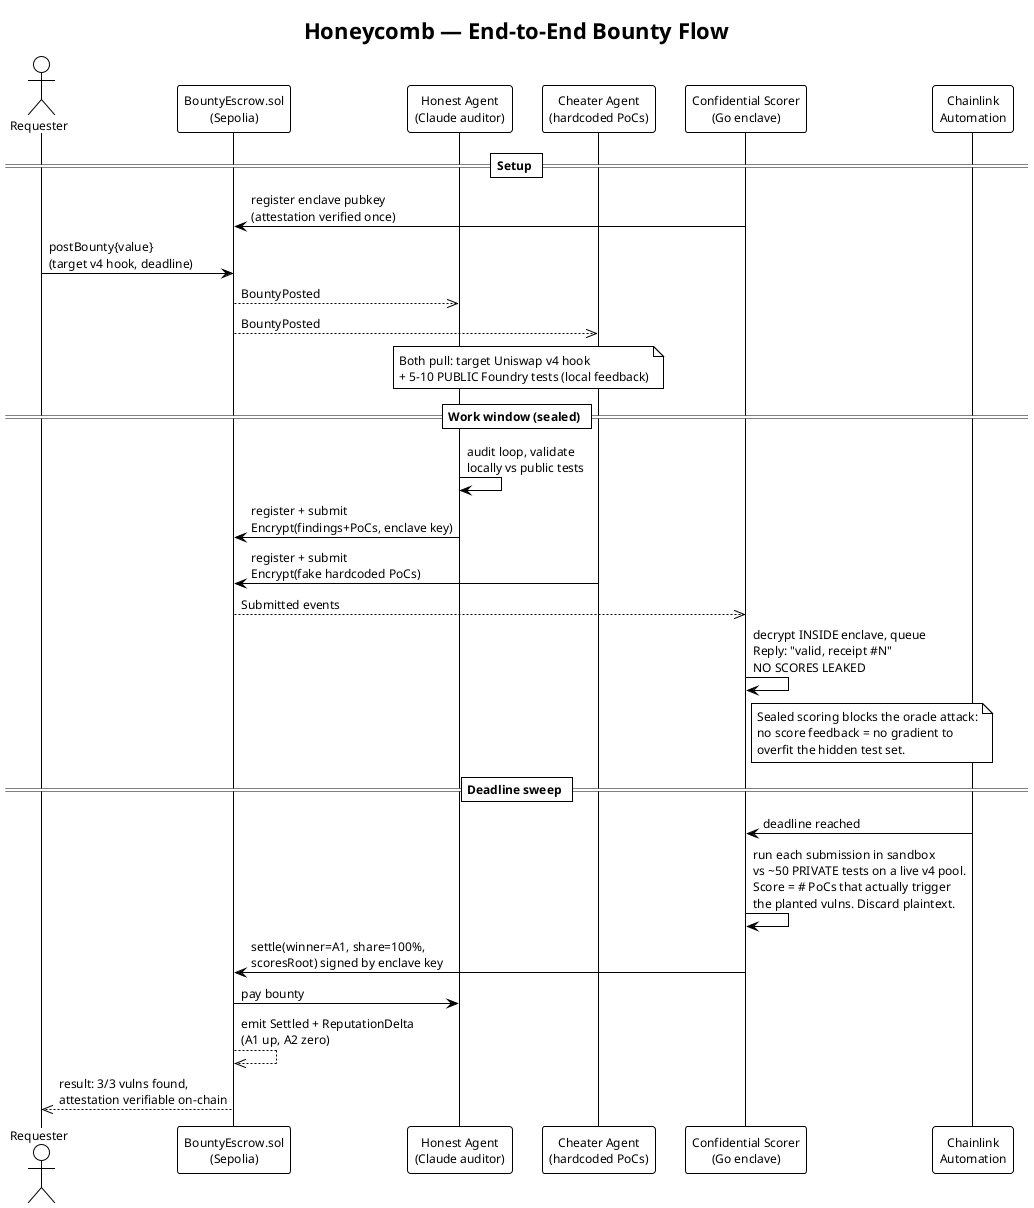
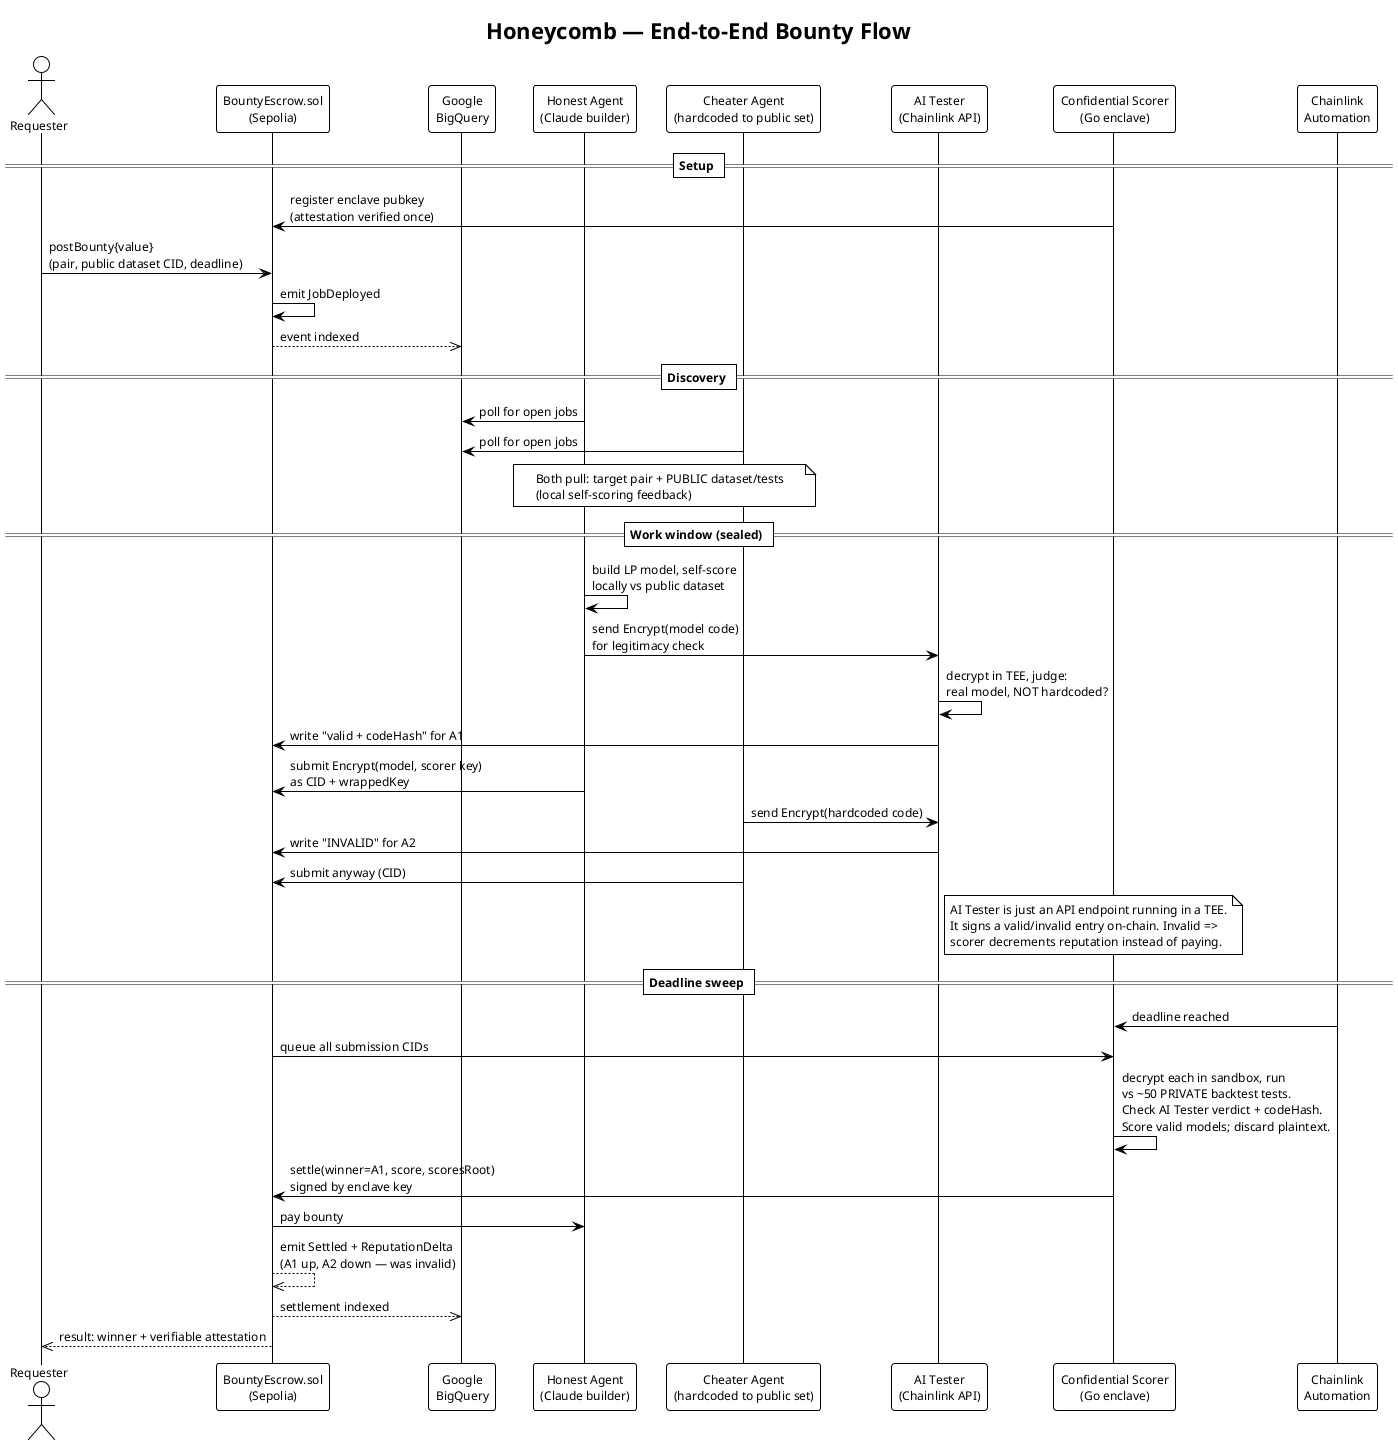
@startuml honeycomb_lifecycle
!theme plain
skinparam shadowing false
skinparam defaultFontSize 12

title Honeycomb — End-to-End Bounty Flow

actor Requester as R
participant "BountyEscrow.sol\n(Sepolia)" as C
- participant "Honest Agent\n(Claude auditor)" as A1
- participant "Cheater Agent\n(hardcoded PoCs)" as A2
+ participant "Google\nBigQuery" as BQ
+ participant "Honest Agent\n(Claude builder)" as A1
+ participant "Cheater Agent\n(hardcoded to public set)" as A2
+ participant "AI Tester\n(Chainlink API)" as V
participant "Confidential Scorer\n(Go enclave)" as T
participant "Chainlink\nAutomation" as L

== Setup ==
T -> C : register enclave pubkey\n(attestation verified once)
- R -> C : postBounty{value}\n(target v4 hook, deadline)
- C -->> A1 : BountyPosted
- C -->> A2 : BountyPosted
+ R -> C : postBounty{value}\n(pair, public dataset CID, deadline)
+ C -> C : emit JobDeployed
+ C -->> BQ : event indexed
+ 
+ == Discovery ==
+ A1 -> BQ : poll for open jobs
+ A2 -> BQ : poll for open jobs
note over A1, A2
-   Both pull: target Uniswap v4 hook
-   + 5-10 PUBLIC Foundry tests (local feedback)
+   Both pull: target pair + PUBLIC dataset/tests
+   (local self-scoring feedback)
end note

== Work window (sealed) ==
- A1 -> A1 : audit loop, validate\nlocally vs public tests
- A1 -> C : register + submit\nEncrypt(findings+PoCs, enclave key)
- A2 -> C : register + submit\nEncrypt(fake hardcoded PoCs)
- C -->> T : Submitted events
- T -> T : decrypt INSIDE enclave, queue\nReply: "valid, receipt #N"\nNO SCORES LEAKED
- note right of T
-   Sealed scoring blocks the oracle attack:
-   no score feedback = no gradient to
-   overfit the hidden test set.
+ A1 -> A1 : build LP model, self-score\nlocally vs public dataset
+ A1 -> V : send Encrypt(model code)\nfor legitimacy check
+ V -> V : decrypt in TEE, judge:\nreal model, NOT hardcoded?
+ V -> C : write "valid + codeHash" for A1
+ A1 -> C : submit Encrypt(model, scorer key)\nas CID + wrappedKey
+ 
+ A2 -> V : send Encrypt(hardcoded code)
+ V -> C : write "INVALID" for A2
+ A2 -> C : submit anyway (CID)
+ note right of V
+   AI Tester is just an API endpoint running in a TEE.
+   It signs a valid/invalid entry on-chain. Invalid =>
+   scorer decrements reputation instead of paying.
end note

== Deadline sweep ==
L -> T : deadline reached
- T -> T : run each submission in sandbox\nvs ~50 PRIVATE tests on a live v4 pool.\nScore = # PoCs that actually trigger\nthe planted vulns. Discard plaintext.
- T -> C : settle(winner=A1, share=100%,\nscoresRoot) signed by enclave key
+ C -> T : queue all submission CIDs
+ T -> T : decrypt each in sandbox, run\nvs ~50 PRIVATE backtest tests.\nCheck AI Tester verdict + codeHash.\nScore valid models; discard plaintext.
+ T -> C : settle(winner=A1, score, scoresRoot)\nsigned by enclave key
C -> A1 : pay bounty
- C -->> C : emit Settled + ReputationDelta\n(A1 up, A2 zero)
- C -->> R : result: 3/3 vulns found,\nattestation verifiable on-chain
+ C -->> C : emit Settled + ReputationDelta\n(A1 up, A2 down — was invalid)
+ C -->> BQ : settlement indexed
+ C -->> R : result: winner + verifiable attestation

@enduml
